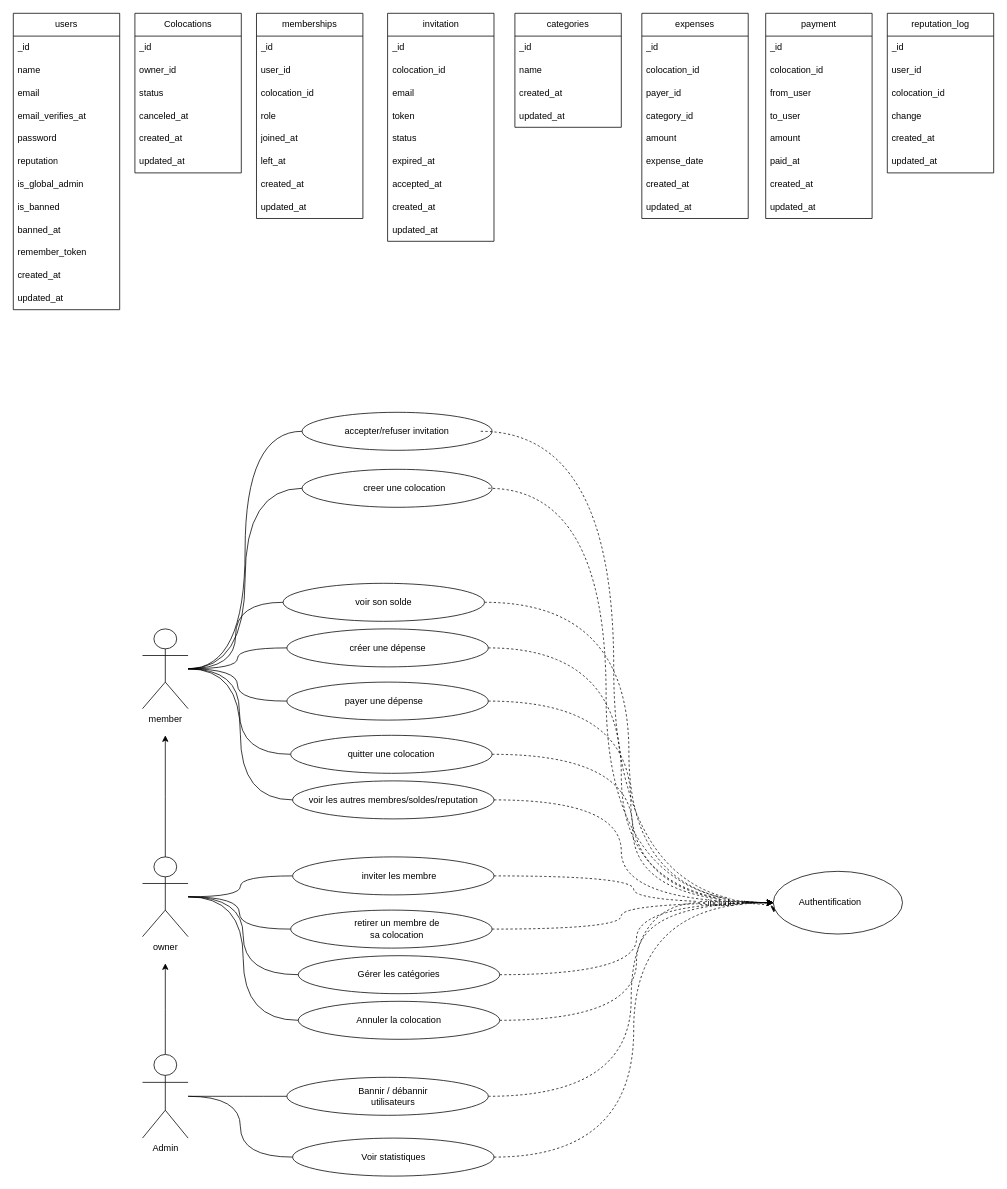
The draw.io diagram Conception UML/MCD-Usecase.drawio in sabri-rihab/EasyColoc, before the edit. Source tidied: cells renumbered, new cells numbered last; positions are measured from the earlier drawing's top-left corner, leaving out a move shared by most shapes. Both pictures are drawn from the tidied source at 76%, with x=0, y=0 at pixel (13, 13).
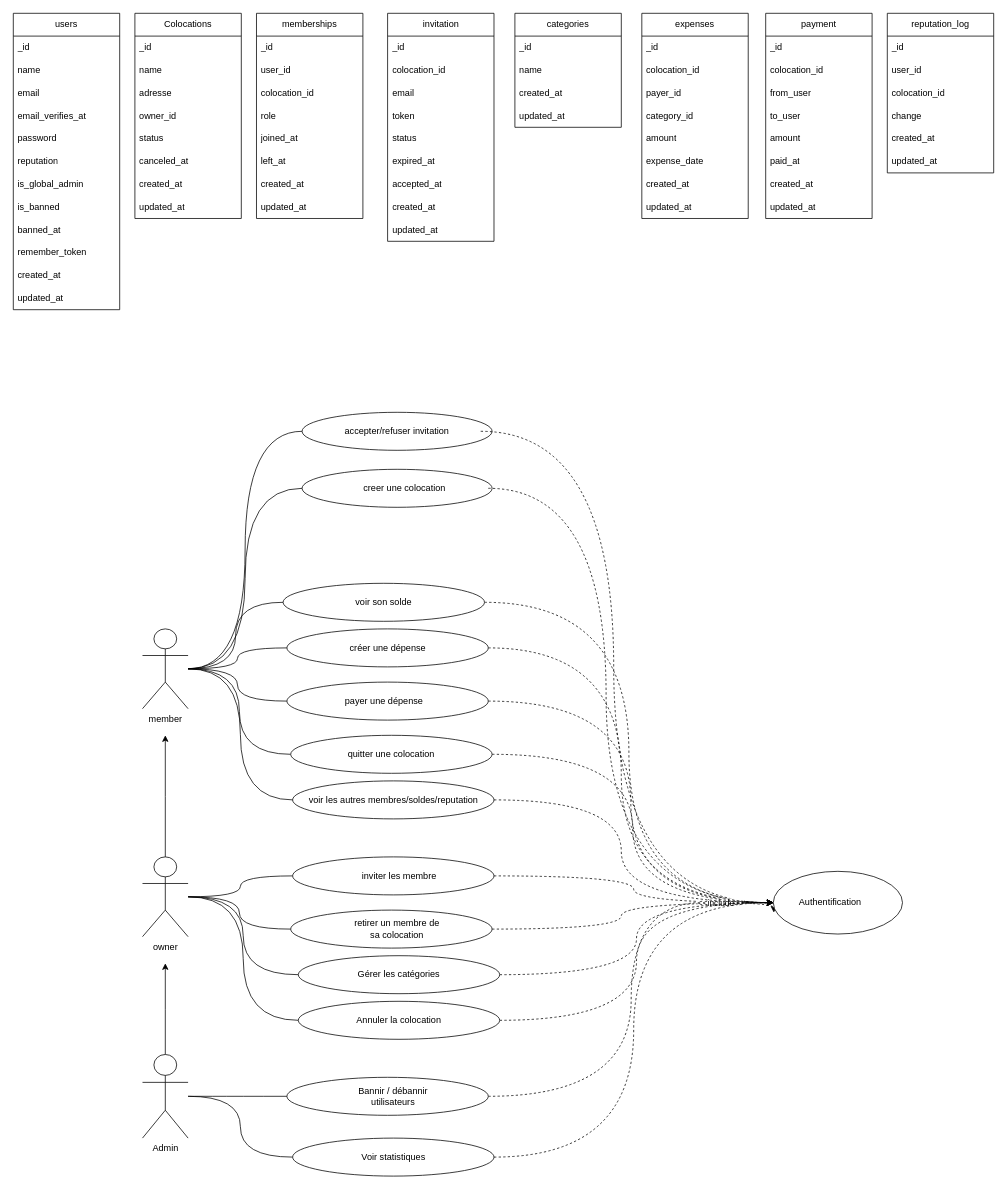
Above is the later version.

Change to the diagram source:
```diff
@@
     <mxCell id="15" value="Colocations" style="swimlane;fontStyle=0;horizontal=1;startSize=30;whiteSpace=wrap;html=1;" parent="1" vertex="1">
-      <mxGeometry x="160" width="140" height="210" as="geometry" />
+      <mxGeometry x="160" width="140" height="270" as="geometry" />
     </mxCell>
@@
-    <mxCell id="17" value="owner_id" style="text;strokeColor=none;fillColor=none;align=left;verticalAlign=middle;spacingLeft=4;spacingRight=4;overflow=hidden;whiteSpace=wrap;html=1;" parent="15" vertex="1">
+    <mxCell id="17" value="name" style="text;strokeColor=none;fillColor=none;align=left;verticalAlign=middle;spacingLeft=4;spacingRight=4;overflow=hidden;whiteSpace=wrap;html=1;" parent="15" vertex="1">
       <mxGeometry y="60" width="140" height="30" as="geometry" />
     </mxCell>
+    <mxCell id="125" value="adresse" style="text;strokeColor=none;fillColor=none;align=left;verticalAlign=middle;spacingLeft=4;spacingRight=4;overflow=hidden;whiteSpace=wrap;html=1;" parent="15" vertex="1">
+      <mxGeometry y="90" width="140" height="30" as="geometry" />
+    </mxCell>
+    <mxCell id="126" value="owner_id" style="text;strokeColor=none;fillColor=none;align=left;verticalAlign=middle;spacingLeft=4;spacingRight=4;overflow=hidden;whiteSpace=wrap;html=1;" parent="15" vertex="1">
+      <mxGeometry y="120" width="140" height="30" as="geometry" />
+    </mxCell>
     <mxCell id="18" value="status" style="text;strokeColor=none;fillColor=none;align=left;verticalAlign=middle;spacingLeft=4;spacingRight=4;overflow=hidden;whiteSpace=wrap;html=1;" parent="15" vertex="1">
-      <mxGeometry y="90" width="140" height="30" as="geometry" />
+      <mxGeometry y="150" width="140" height="30" as="geometry" />
     </mxCell>
     <mxCell id="19" value="canceled_at" style="text;strokeColor=none;fillColor=none;align=left;verticalAlign=middle;spacingLeft=4;spacingRight=4;overflow=hidden;whiteSpace=wrap;html=1;" parent="15" vertex="1">
-      <mxGeometry y="120" width="140" height="30" as="geometry" />
+      <mxGeometry y="180" width="140" height="30" as="geometry" />
     </mxCell>
     <mxCell id="20" value="created_at" style="text;strokeColor=none;fillColor=none;align=left;verticalAlign=middle;spacingLeft=4;spacingRight=4;overflow=hidden;whiteSpace=wrap;html=1;" parent="15" vertex="1">
-      <mxGeometry y="150" width="140" height="30" as="geometry" />
+      <mxGeometry y="210" width="140" height="30" as="geometry" />
     </mxCell>
     <mxCell id="21" value="updated_at" style="text;strokeColor=none;fillColor=none;align=left;verticalAlign=middle;spacingLeft=4;spacingRight=4;overflow=hidden;whiteSpace=wrap;html=1;" parent="15" vertex="1">
-      <mxGeometry y="180" width="140" height="30" as="geometry" />
+      <mxGeometry y="240" width="140" height="30" as="geometry" />
     </mxCell>
```
